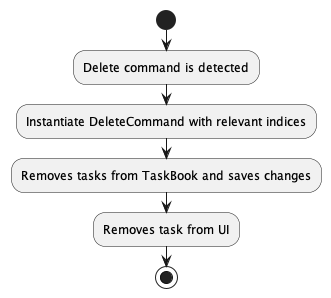
The PlantUML diagram docs/images/DeleteCommandActivityDiagram.png in nus-cs2103-AY2223S2/tp, before a commit.
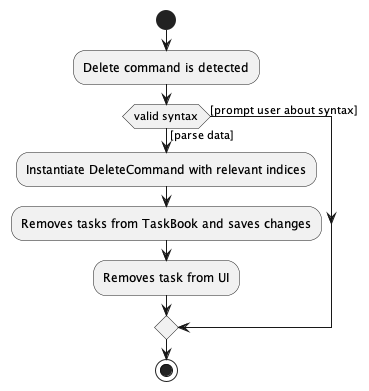
Later version of the same file.

Commit message:
Modify activity diagram

Diff of the diagram source:
```diff
@@ -2,9 +2,12 @@
 start
 
 :Delete command is detected;
-:Instantiate DeleteCommand with relevant indices;
-:Removes tasks from TaskBook and saves changes;
-:Removes task from UI;
 
+if (valid syntax) then ([parse data])
+    :Instantiate DeleteCommand with relevant indices;
+    :Removes tasks from TaskBook and saves changes;
+    :Removes task from UI;
+else ([prompt user about syntax])
+endif
 stop
 @enduml
```
